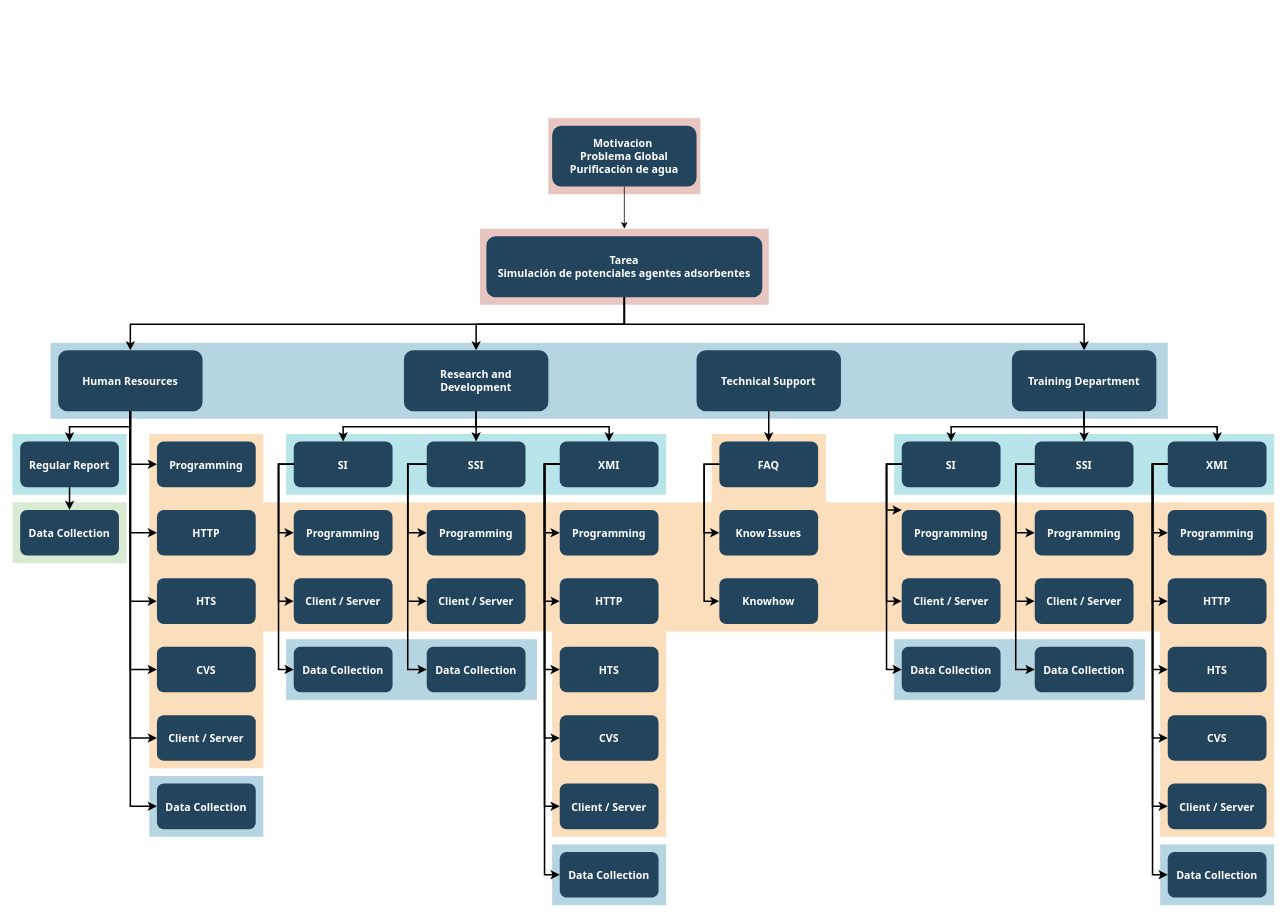
This is Proyecto/Tarea_y_problemas.drawio from juansebastiangit/Inteligencia_artificial, a draw.io file, before an edit. Source tidied: cells renumbered, new cells numbered last; positions are measured from the earlier drawing's top-left corner, leaving out a move shared by most shapes. Both pictures are drawn from the tidied source at 76%, with x=0, y=0 at pixel (12, 118).
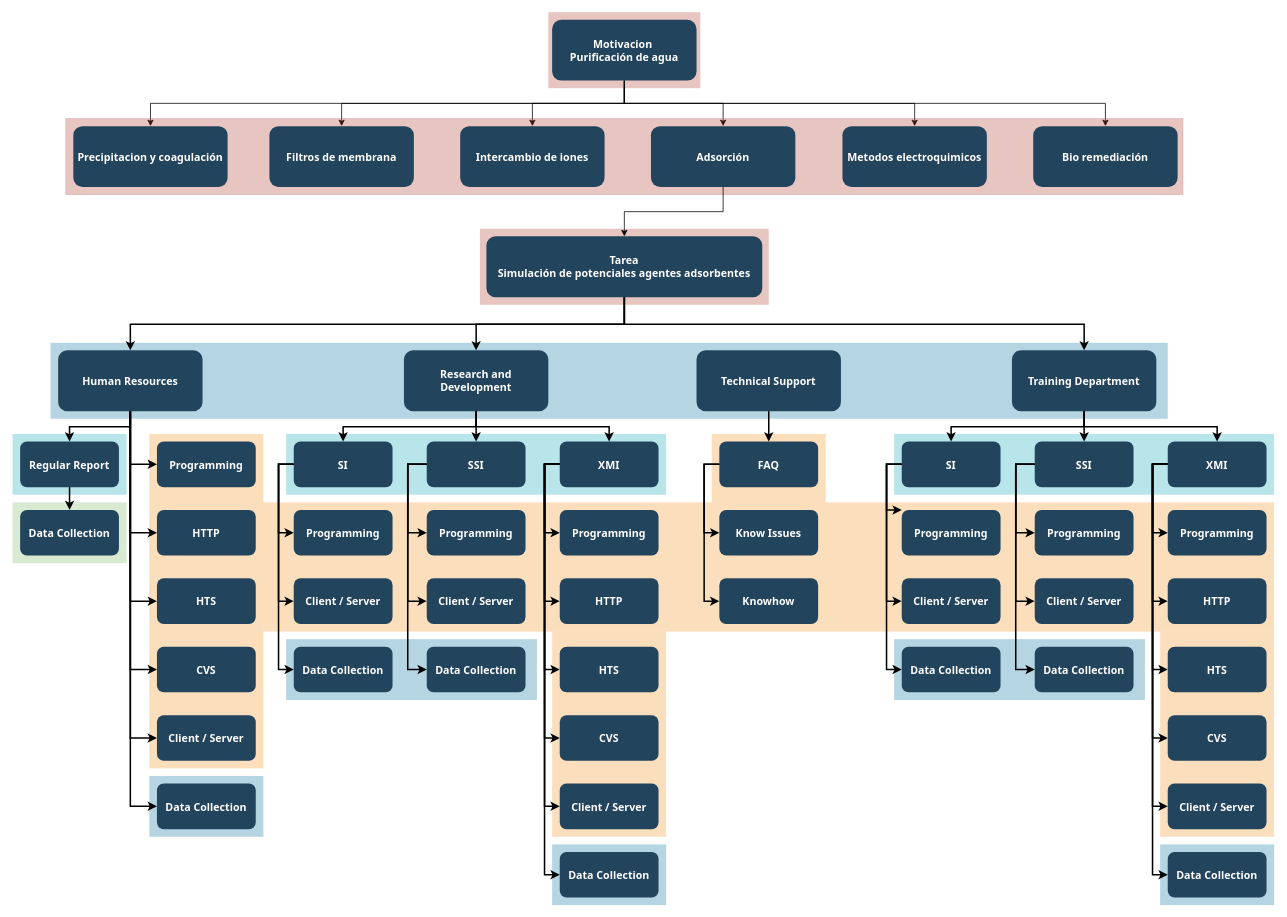
The same page after the edit.

The change refers to these unchanged cells:
```xml
<mxCell id="3" style="fillColor=#AE4132;strokeColor=none;opacity=30;" parent="1" vertex="1">
  <mxGeometry x="615" y="145.5" width="380" height="100" as="geometry" />
</mxCell>
<mxCell id="19" value="Tarea&#10;Simulación de potenciales agentes adsorbentes" style="rounded=1;fillColor=#23445D;gradientColor=none;strokeColor=none;fontColor=#FFFFFF;fontStyle=1;fontFamily=Tahoma;fontSize=14;" parent="1" vertex="1">
  <mxGeometry x="623.5" y="155.5" width="363" height="80" as="geometry" />
</mxCell>
```

Change to the diagram source:
```diff
@@
+    <mxCell id="111" style="edgeStyle=orthogonalEdgeStyle;rounded=0;jettySize=auto;html=1;exitX=0.5;exitY=1;exitDx=0;exitDy=0;" parent="1" edge="1" source="2" target="120">
+      <mxGeometry relative="1" as="geometry">
+        <Array as="points">
+          <mxPoint x="805" y="-19.5" />
+          <mxPoint x="433" y="-19.5" />
+        </Array>
+      </mxGeometry>
+    </mxCell>
     <mxCell id="2" style="fillColor=#AE4132;strokeColor=none;opacity=30;" parent="1" vertex="1">
-      <mxGeometry x="705" width="200" height="100" as="geometry" />
+      <mxGeometry x="705" y="-139.5" width="200" height="100" as="geometry" />
     </mxCell>
@@
-    <mxCell id="109" style="edgeStyle=orthogonalEdgeStyle;rounded=0;jettySize=auto;html=1;exitX=0.5;exitY=1;exitDx=0;exitDy=0;entryX=0.5;entryY=0;entryDx=0;entryDy=0;" parent="1" edge="1" source="110" target="3">
-      <mxGeometry relative="1" as="geometry" />
-    </mxCell>
+    <mxCell id="112" style="edgeStyle=orthogonalEdgeStyle;rounded=0;jettySize=auto;html=1;exitX=0.5;exitY=1;exitDx=0;exitDy=0;" parent="1" edge="1" source="110" target="121">
+      <mxGeometry relative="1" as="geometry" />
+    </mxCell>
+    <mxCell id="113" style="edgeStyle=orthogonalEdgeStyle;rounded=0;jettySize=auto;html=1;exitX=0.5;exitY=1;exitDx=0;exitDy=0;entryX=0.5;entryY=0;entryDx=0;entryDy=0;" parent="1" edge="1" source="110" target="119">
+      <mxGeometry relative="1" as="geometry" />
+    </mxCell>
+    <mxCell id="114" style="edgeStyle=orthogonalEdgeStyle;rounded=0;jettySize=auto;html=1;exitX=0.5;exitY=1;exitDx=0;exitDy=0;entryX=0.5;entryY=0;entryDx=0;entryDy=0;" parent="1" edge="1" source="110" target="124">
+      <mxGeometry relative="1" as="geometry" />
+    </mxCell>
+    <mxCell id="115" style="edgeStyle=orthogonalEdgeStyle;rounded=0;jettySize=auto;html=1;exitX=0.5;exitY=1;exitDx=0;exitDy=0;entryX=0.5;entryY=0;entryDx=0;entryDy=0;" parent="1" edge="1" source="110" target="118">
+      <mxGeometry relative="1" as="geometry" />
+    </mxCell>
+    <mxCell id="116" style="edgeStyle=orthogonalEdgeStyle;rounded=0;jettySize=auto;html=1;exitX=0.5;exitY=1;exitDx=0;exitDy=0;" parent="1" edge="1" source="110" target="122">
+      <mxGeometry relative="1" as="geometry" />
+    </mxCell>
-    <mxCell id="110" value="Motivacion &#10;Problema Global&#10;Purificación de agua" style="rounded=1;fillColor=#23445D;gradientColor=none;strokeColor=none;fontColor=#FFFFFF;fontStyle=1;fontFamily=Tahoma;fontSize=14;" parent="1" vertex="1">
-      <mxGeometry x="710" y="10" width="190" height="80" as="geometry" />
+    <mxCell id="110" value="Motivacion &#10;Purificación de agua" style="rounded=1;fillColor=#23445D;gradientColor=none;strokeColor=none;fontColor=#FFFFFF;fontStyle=1;fontFamily=Tahoma;fontSize=14;" parent="1" vertex="1">
+      <mxGeometry x="710" y="-129.5" width="190" height="80" as="geometry" />
     </mxCell>
+    <mxCell id="117" style="fillColor=#AE4132;strokeColor=#b85450;opacity=30;" parent="1" vertex="1">
+      <mxGeometry x="70" y="0.5" width="1470" height="100" as="geometry" />
+    </mxCell>
+    <mxCell id="118" value="Metodos electroquimicos" style="rounded=1;fillColor=#23445D;gradientColor=none;strokeColor=none;fontColor=#FFFFFF;fontStyle=1;fontFamily=Tahoma;fontSize=14;" parent="1" vertex="1">
+      <mxGeometry x="1092" y="10.5" width="190" height="80" as="geometry" />
+    </mxCell>
+    <mxCell id="119" value="Intercambio de iones" style="rounded=1;fillColor=#23445D;gradientColor=none;strokeColor=none;fontColor=#FFFFFF;fontStyle=1;fontFamily=Tahoma;fontSize=14;" parent="1" vertex="1">
+      <mxGeometry x="589" y="10.5" width="190" height="80" as="geometry" />
+    </mxCell>
+    <mxCell id="120" value="Filtros de membrana" style="rounded=1;fillColor=#23445D;gradientColor=none;strokeColor=none;fontColor=#FFFFFF;fontStyle=1;fontFamily=Tahoma;fontSize=14;" parent="1" vertex="1">
+      <mxGeometry x="338" y="10.5" width="190" height="80" as="geometry" />
+    </mxCell>
+    <mxCell id="121" value="Precipitacion y coagulación" style="rounded=1;fillColor=#23445D;gradientColor=none;strokeColor=none;fontColor=#FFFFFF;fontStyle=1;fontFamily=Tahoma;fontSize=14;" parent="1" vertex="1">
+      <mxGeometry x="80" y="10.5" width="203" height="80" as="geometry" />
+    </mxCell>
+    <mxCell id="122" value="Bio remediación" style="rounded=1;fillColor=#23445D;gradientColor=none;strokeColor=none;fontColor=#FFFFFF;fontStyle=1;fontFamily=Tahoma;fontSize=14;" parent="1" vertex="1">
+      <mxGeometry x="1343" y="10.5" width="190" height="80" as="geometry" />
+    </mxCell>
+    <mxCell id="123" style="edgeStyle=orthogonalEdgeStyle;rounded=0;jettySize=auto;html=1;exitX=0.5;exitY=1;exitDx=0;exitDy=0;entryX=0.5;entryY=0;entryDx=0;entryDy=0;" parent="1" edge="1" source="124" target="19">
+      <mxGeometry relative="1" as="geometry" />
+    </mxCell>
+    <mxCell id="124" value="Adsorción" style="rounded=1;fillColor=#23445D;gradientColor=none;strokeColor=none;fontColor=#FFFFFF;fontStyle=1;fontFamily=Tahoma;fontSize=14;" parent="1" vertex="1">
+      <mxGeometry x="840" y="10.5" width="190" height="80" as="geometry" />
+    </mxCell>
```
